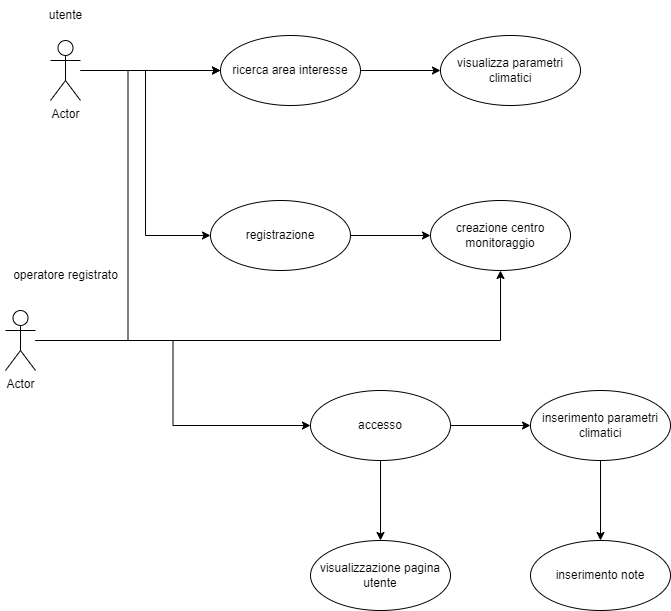
The draw.io diagram B/doc/UML/Use Case Diagram.drawio.png in Payd3r/PayPolCat, before a commit. Source tidied: cells renumbered, new cells last; positions are measured from the earlier drawing's top-left corner, leaving out a move shared by most shapes.
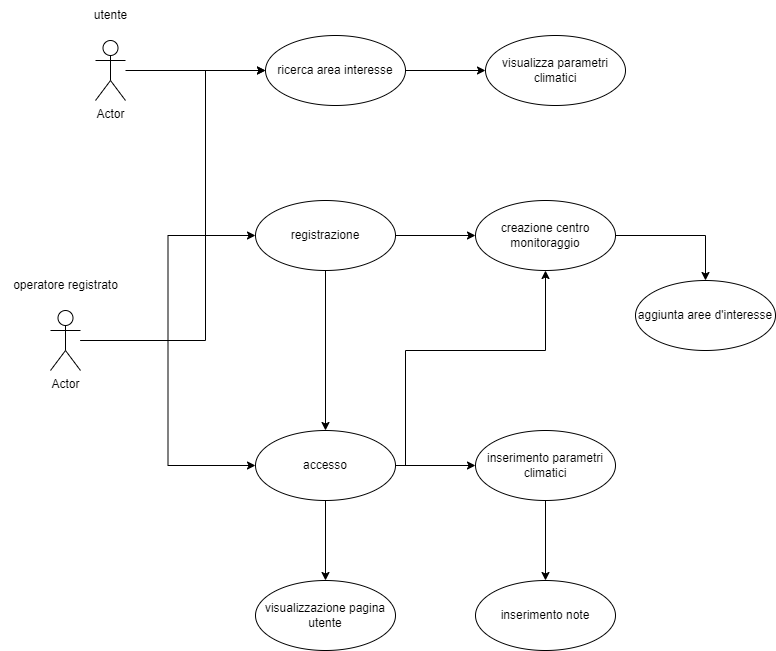
The same file after the commit.

Commit message:
modifca use case

Diff of the diagram source:
```diff
@@ -5,9 +5,6 @@
     <mxCell id="2" style="edgeStyle=orthogonalEdgeStyle;rounded=0;jettySize=auto;html=1;entryX=0;entryY=0.5;entryDx=0;entryDy=0;" parent="1" edge="1" source="4" target="7">
       <mxGeometry relative="1" as="geometry" />
     </mxCell>
-    <mxCell id="3" style="edgeStyle=orthogonalEdgeStyle;rounded=0;jettySize=auto;html=1;entryX=0;entryY=0.5;entryDx=0;entryDy=0;" parent="1" edge="1" source="4" target="15">
-      <mxGeometry relative="1" as="geometry" />
-    </mxCell>
     <mxCell id="4" value="Actor" style="shape=umlActor;verticalLabelPosition=bottom;verticalAlign=top;html=1;" parent="1" vertex="1">
       <mxGeometry x="50" y="40" width="30" height="60" as="geometry" />
     </mxCell>
@@ -27,23 +24,34 @@
       <mxGeometry relative="1" as="geometry" />
     </mxCell>
     <mxCell id="10" style="edgeStyle=orthogonalEdgeStyle;rounded=0;jettySize=auto;html=1;entryX=0;entryY=0.5;entryDx=0;entryDy=0;" parent="1" edge="1" source="12" target="7">
-      <mxGeometry relative="1" as="geometry" />
+      <mxGeometry relative="1" as="geometry">
+        <Array as="points">
+          <mxPoint x="160" y="340" />
+          <mxPoint x="160" y="70" />
+        </Array>
+      </mxGeometry>
     </mxCell>
-    <mxCell id="11" style="edgeStyle=orthogonalEdgeStyle;rounded=0;jettySize=auto;html=1;entryX=0.5;entryY=1;entryDx=0;entryDy=0;" parent="1" edge="1" source="12" target="16">
-      <mxGeometry relative="1" as="geometry" />
-    </mxCell>
+    <mxCell id="24" style="edgeStyle=orthogonalEdgeStyle;rounded=0;jettySize=auto;html=1;entryX=0;entryY=0.5;entryDx=0;entryDy=0;" parent="1" edge="1" source="12" target="15">
+      <mxGeometry relative="1" as="geometry" />
+    </mxCell>
     <mxCell id="12" value="Actor" style="shape=umlActor;verticalLabelPosition=bottom;verticalAlign=top;html=1;" parent="1" vertex="1">
       <mxGeometry x="5" y="310" width="30" height="60" as="geometry" />
     </mxCell>
     <mxCell id="13" value="operatore registrato" style="text;html=1;align=center;verticalAlign=middle;strokeColor=none;fillColor=none;" parent="1" vertex="1">
-      <mxGeometry y="260" width="130" height="30" as="geometry" />
+      <mxGeometry x="-45" y="270" width="130" height="30" as="geometry" />
     </mxCell>
     <mxCell id="14" style="edgeStyle=orthogonalEdgeStyle;rounded=0;jettySize=auto;html=1;" parent="1" edge="1" source="15" target="16">
       <mxGeometry relative="1" as="geometry" />
     </mxCell>
+    <mxCell id="25" style="edgeStyle=orthogonalEdgeStyle;rounded=0;jettySize=auto;html=1;entryX=0.5;entryY=0;entryDx=0;entryDy=0;" parent="1" edge="1" source="15" target="19">
+      <mxGeometry relative="1" as="geometry" />
+    </mxCell>
     <mxCell id="15" value="registrazione" style="ellipse;whiteSpace=wrap;html=1;" parent="1" vertex="1">
       <mxGeometry x="210" y="200" width="140" height="70" as="geometry" />
     </mxCell>
+    <mxCell id="26" style="edgeStyle=orthogonalEdgeStyle;rounded=0;jettySize=auto;html=1;" parent="1" edge="1" source="16" target="28">
+      <mxGeometry relative="1" as="geometry" />
+    </mxCell>
     <mxCell id="16" value="creazione centro monitoraggio" style="ellipse;whiteSpace=wrap;html=1;" parent="1" vertex="1">
       <mxGeometry x="430" y="200" width="140" height="70" as="geometry" />
     </mxCell>
@@ -53,20 +61,32 @@
     <mxCell id="18" style="edgeStyle=orthogonalEdgeStyle;rounded=0;jettySize=auto;html=1;" parent="1" edge="1" source="19" target="22">
       <mxGeometry relative="1" as="geometry" />
     </mxCell>
+    <mxCell id="27" style="edgeStyle=orthogonalEdgeStyle;rounded=0;jettySize=auto;html=1;entryX=0.5;entryY=1;entryDx=0;entryDy=0;" parent="1" edge="1" source="19" target="16">
+      <mxGeometry relative="1" as="geometry">
+        <Array as="points">
+          <mxPoint x="360" y="465" />
+          <mxPoint x="360" y="350" />
+          <mxPoint x="500" y="350" />
+        </Array>
+      </mxGeometry>
+    </mxCell>
     <mxCell id="19" value="accesso" style="ellipse;whiteSpace=wrap;html=1;" parent="1" vertex="1">
-      <mxGeometry x="310" y="390" width="140" height="70" as="geometry" />
+      <mxGeometry x="210" y="430" width="140" height="70" as="geometry" />
     </mxCell>
     <mxCell id="20" value="visualizzazione pagina utente" style="ellipse;whiteSpace=wrap;html=1;" parent="1" vertex="1">
-      <mxGeometry x="310" y="540" width="140" height="70" as="geometry" />
+      <mxGeometry x="210" y="580" width="140" height="70" as="geometry" />
     </mxCell>
     <mxCell id="21" style="edgeStyle=orthogonalEdgeStyle;rounded=0;jettySize=auto;html=1;" parent="1" edge="1" source="22" target="23">
       <mxGeometry relative="1" as="geometry" />
     </mxCell>
     <mxCell id="22" value="inserimento parametri climatici" style="ellipse;whiteSpace=wrap;html=1;" parent="1" vertex="1">
-      <mxGeometry x="530" y="390" width="140" height="70" as="geometry" />
+      <mxGeometry x="430" y="430" width="140" height="70" as="geometry" />
     </mxCell>
     <mxCell id="23" value="inserimento note" style="ellipse;whiteSpace=wrap;html=1;" parent="1" vertex="1">
-      <mxGeometry x="530" y="540" width="140" height="70" as="geometry" />
+      <mxGeometry x="430" y="580" width="140" height="70" as="geometry" />
     </mxCell>
+    <mxCell id="28" value="aggiunta aree d'interesse" style="ellipse;whiteSpace=wrap;html=1;" parent="1" vertex="1">
+      <mxGeometry x="590" y="280" width="140" height="70" as="geometry" />
+    </mxCell>
   </root>
 </mxGraphModel>
```
